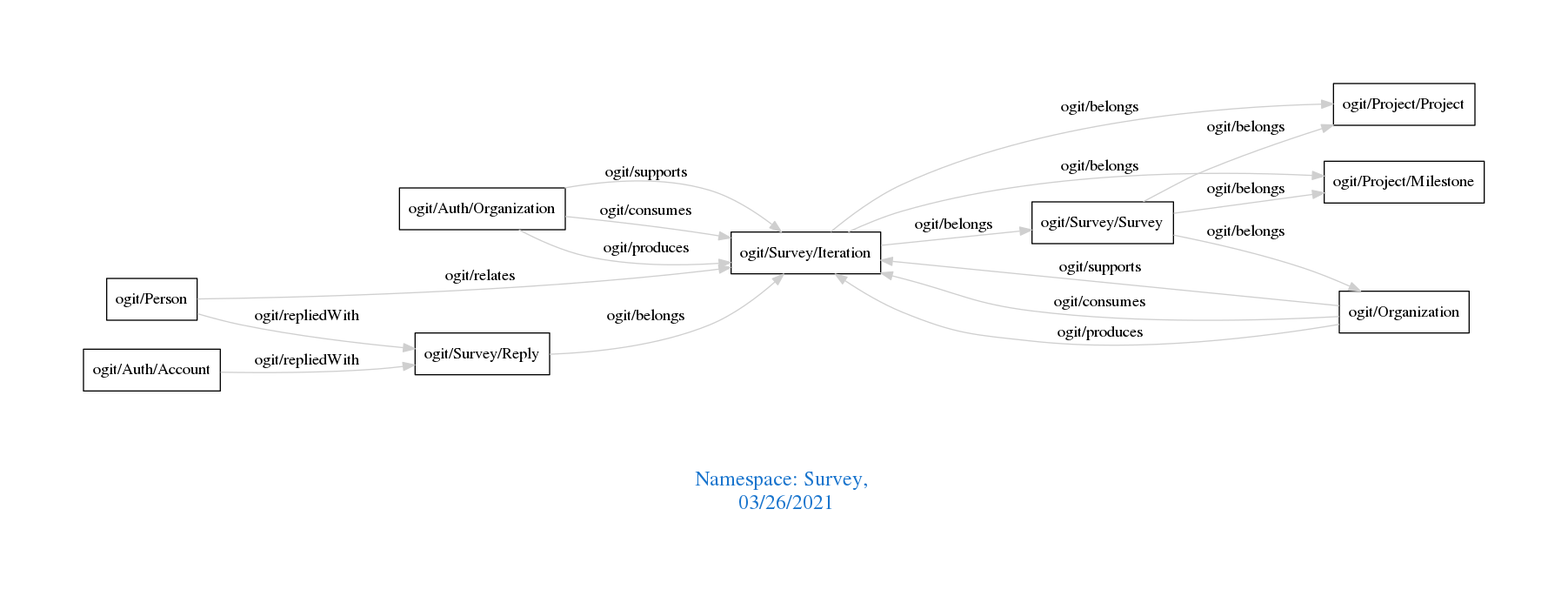
arago/OGIT keeps this Graphviz diagram as downloads/Survey.png. Above is the earlier version. Its source is kept beside it as downloads/Survey.dot.
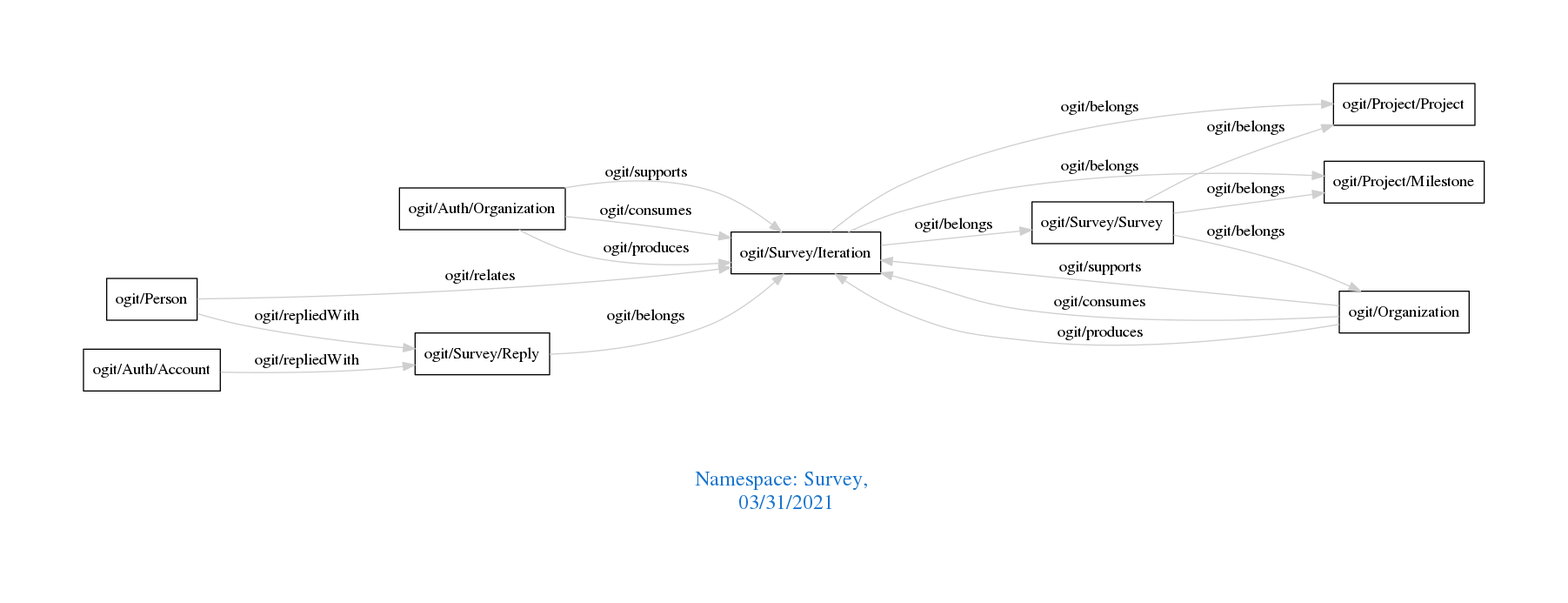
Above is the later version.

Diff of the diagram source:
```diff
@@ -1,7 +1,7 @@
 digraph OGIT_ontology {
  graph [ rankdir= LR,pad=1
 fontsize = 18,
-fontcolor= dodgerblue3,label = "\n\n\nNamespace: Survey, \n 03/26/2021"];
+fontcolor= dodgerblue3,label = "\n\n\nNamespace: Survey, \n 03/31/2021"];
 node[shape=polygon];
 edge [  color="gray81"];
 
```
